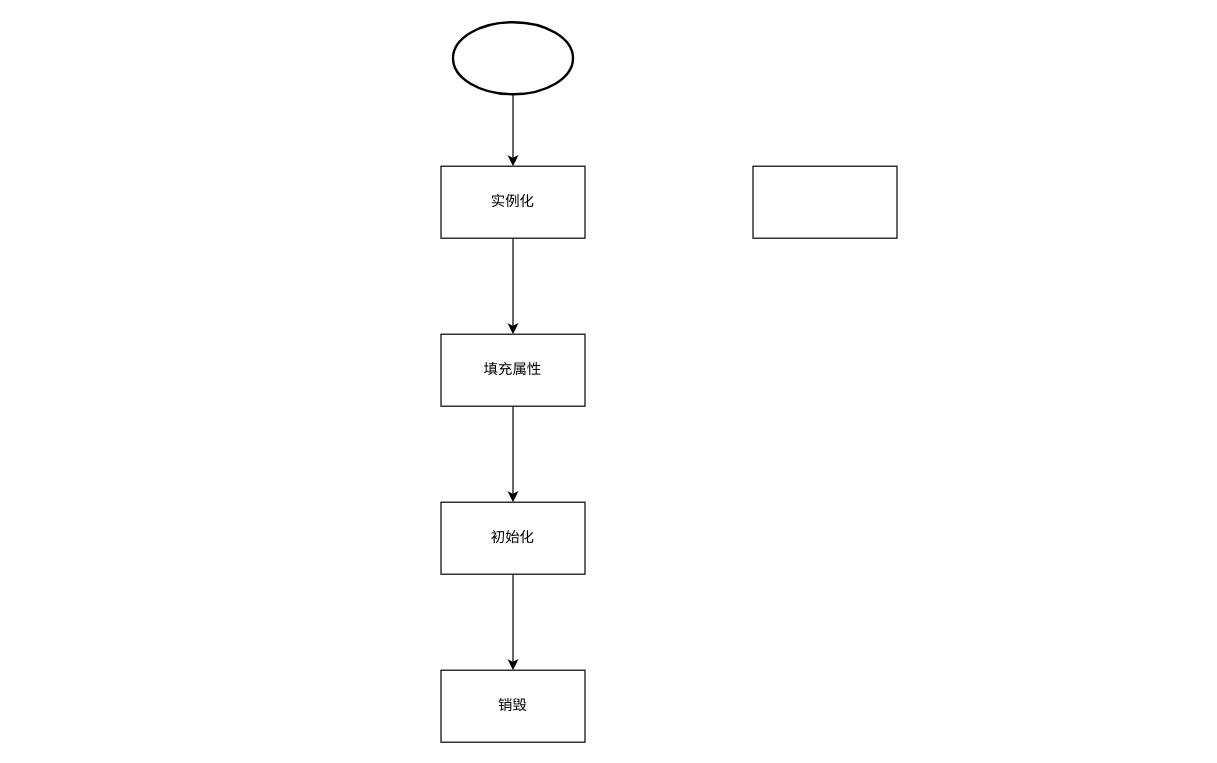
Before: 未命名绘图.drawio in soda1/draw, a draw.io diagram. Source tidied: cells renumbered, new cells numbered last; positions are measured from the earlier drawing's top-left corner, leaving out a move shared by most shapes. Both pictures are drawn from the tidied source at 120%, with x=0, y=0 at pixel (440, 22).
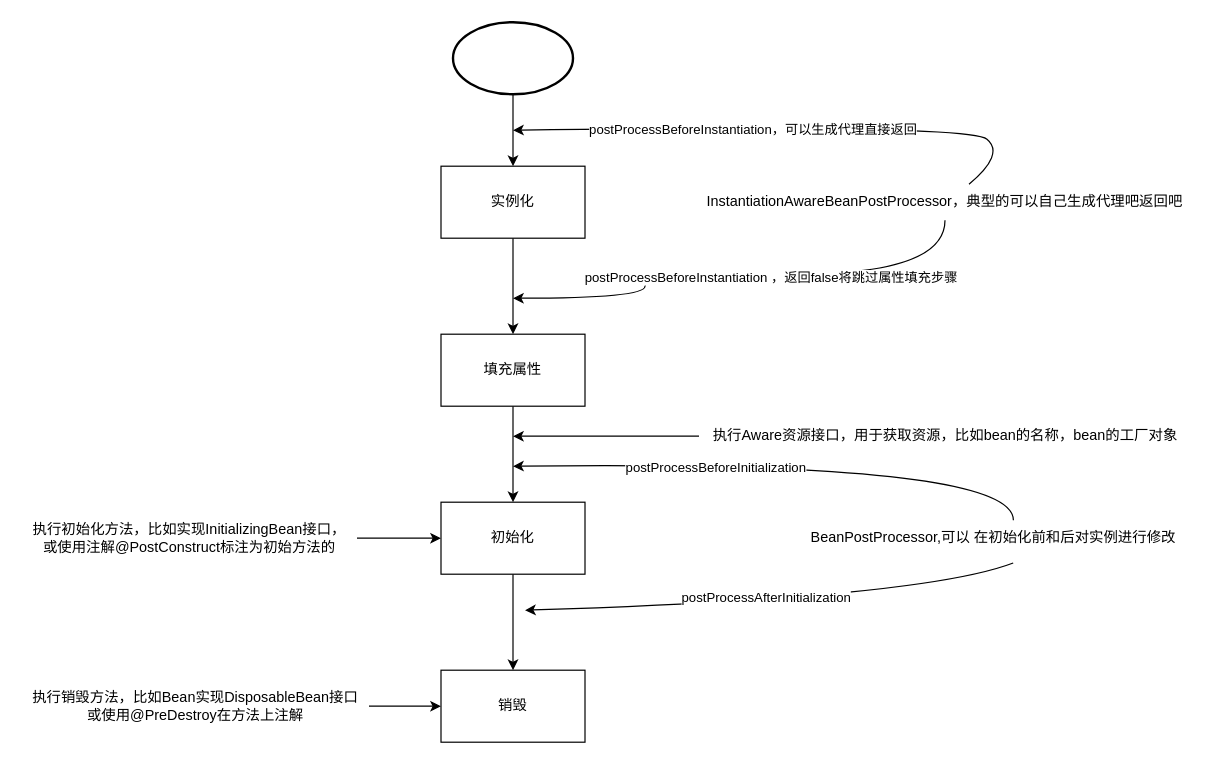
After the change.

The change refers to these unchanged cells:
```xml
<mxCell id="7" value="初始化" style="whiteSpace=wrap;html=1;rounded=0;" parent="1" vertex="1">
  <mxGeometry y="400" width="120" height="60" as="geometry" />
</mxCell>
<mxCell id="8" value="销毁" style="whiteSpace=wrap;html=1;rounded=0;" parent="1" vertex="1">
  <mxGeometry y="540" width="120" height="60" as="geometry" />
</mxCell>
```

What changed in the source:
```diff
@@
-    <mxCell id="11" style="rounded=0;whiteSpace=wrap;html=1;" parent="1" vertex="1">
-      <mxGeometry x="260" y="120" width="120" height="60" as="geometry" />
-    </mxCell>
+    <mxCell id="12" style="edgeStyle=orthogonalEdgeStyle;rounded=0;jettySize=auto;html=1;exitX=0.5;exitY=1;exitDx=0;exitDy=0;curved=1;" parent="1" edge="1" source="14">
+      <mxGeometry relative="1" as="geometry">
+        <mxPoint x="60" y="230" as="targetPoint" />
+        <Array as="points">
+          <mxPoint x="420" y="210" />
+          <mxPoint x="170" y="210" />
+          <mxPoint x="170" y="230" />
+        </Array>
+      </mxGeometry>
+    </mxCell>
+    <mxCell id="13" value="postProcessBeforeInstantiation ，返回false将跳过属性填充步骤" style="edgeLabel;html=1;align=center;verticalAlign=middle;" parent="12" vertex="1">
+      <mxGeometry x="-0.1" y="2" relative="1" as="geometry" />
+    </mxCell>
+    <mxCell id="14" value="InstantiationAwareBeanPostProcessor，典型的可以自己生成代理吧返回吧" style="text;html=1;strokeColor=none;fillColor=none;align=center;verticalAlign=middle;whiteSpace=wrap;rounded=0;" parent="1" vertex="1">
+      <mxGeometry x="210" y="135" width="420" height="30" as="geometry" />
+    </mxCell>
+    <mxCell id="15" style="curved=1;endArrow=classic;html=1;rounded=0;" parent="1" edge="1">
+      <mxGeometry relative="1" as="geometry">
+        <mxPoint x="440" y="135" as="sourcePoint" />
+        <mxPoint x="60" y="90" as="targetPoint" />
+        <Array as="points">
+          <mxPoint x="470" y="110" />
+          <mxPoint x="440" y="85" />
+        </Array>
+      </mxGeometry>
+    </mxCell>
+    <mxCell id="16" value="postProcessBeforeInstantiation，可以生成代理直接返回" style="edgeLabel;html=1;align=center;verticalAlign=middle;" parent="15" vertex="1">
+      <mxGeometry x="0.13" y="2" relative="1" as="geometry" />
+    </mxCell>
+    <mxCell id="17" style="edgeStyle=orthogonalEdgeStyle;rounded=0;jettySize=auto;html=1;" parent="1" edge="1" source="18">
+      <mxGeometry relative="1" as="geometry">
+        <mxPoint x="60" y="345" as="targetPoint" />
+      </mxGeometry>
+    </mxCell>
+    <mxCell id="18" value="执行Aware资源接口，用于获取资源，比如bean的名称，bean的工厂对象" style="text;html=1;align=center;verticalAlign=middle;points=[];strokeColor=none;fillColor=none;" parent="1" vertex="1">
+      <mxGeometry x="215" y="330" width="410" height="30" as="geometry" />
+    </mxCell>
+    <mxCell id="19" value="BeanPostProcessor,可以 在初始化前和后对实例进行修改" style="text;html=1;align=center;verticalAlign=middle;points=[];strokeColor=none;fillColor=none;" parent="1" vertex="1">
+      <mxGeometry x="295" y="415" width="330" height="30" as="geometry" />
+    </mxCell>
+    <mxCell id="20" style="curved=1;endArrow=classic;html=1;rounded=0;" parent="1" edge="1">
+      <mxGeometry relative="1" as="geometry">
+        <mxPoint x="477" y="415" as="sourcePoint" />
+        <mxPoint x="60" y="370" as="targetPoint" />
+        <Array as="points">
+          <mxPoint x="477" y="365" />
+        </Array>
+      </mxGeometry>
+    </mxCell>
+    <mxCell id="21" value="postProcessBeforeInitialization" style="edgeLabel;html=1;align=center;verticalAlign=middle;" parent="20" vertex="1">
+      <mxGeometry x="0.28" y="3" relative="1" as="geometry" />
+    </mxCell>
+    <mxCell id="22" style="curved=1;endArrow=classic;html=1;rounded=0;exitX=0.551;exitY=1.189;exitDx=0;exitDy=0;exitPerimeter=0;" parent="1" edge="1" source="19">
+      <mxGeometry relative="1" as="geometry">
+        <mxPoint x="70" y="490" as="targetPoint" />
+        <Array as="points">
+          <mxPoint x="400" y="480" />
+        </Array>
+      </mxGeometry>
+    </mxCell>
+    <mxCell id="23" value="postProcessAfterInitialization" style="edgeLabel;html=1;align=center;verticalAlign=middle;" parent="22" vertex="1">
+      <mxGeometry x="0.03" y="-4" relative="1" as="geometry" />
+    </mxCell>
+    <mxCell id="24" style="edgeStyle=orthogonalEdgeStyle;rounded=0;jettySize=auto;html=1;entryX=0;entryY=0.5;entryDx=0;entryDy=0;" parent="1" edge="1" source="25" target="7">
+      <mxGeometry relative="1" as="geometry" />
+    </mxCell>
+    <mxCell id="25" value="执行初始化方法，比如实现InitializingBean接口，&lt;br&gt;或使用注解@PostConstruct标注为初始方法的" style="text;html=1;align=center;verticalAlign=middle;points=[];strokeColor=none;fillColor=none;" parent="1" vertex="1">
+      <mxGeometry x="-350" y="410" width="280" height="40" as="geometry" />
+    </mxCell>
+    <mxCell id="26" style="edgeStyle=orthogonalEdgeStyle;rounded=0;jettySize=auto;html=1;entryX=0;entryY=0.5;entryDx=0;entryDy=0;" parent="1" edge="1" source="27" target="8">
+      <mxGeometry relative="1" as="geometry" />
+    </mxCell>
+    <mxCell id="27" value="执行销毁方法，比如Bean实现DisposableBean接口&lt;br&gt;或使用@PreDestroy在方法上注解" style="text;html=1;align=center;verticalAlign=middle;points=[];strokeColor=none;fillColor=none;" parent="1" vertex="1">
+      <mxGeometry x="-350" y="550" width="290" height="40" as="geometry" />
+    </mxCell>
```
